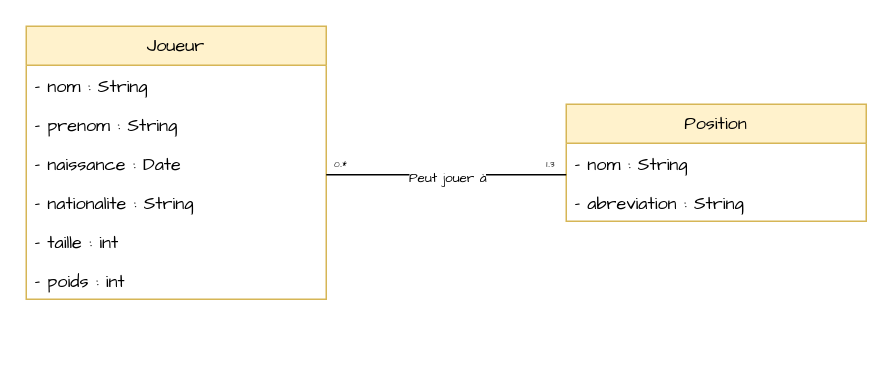
The draw.io diagram diagramme_classes.drawio in alexandrerahir/PulseCoaching, before the edit. Source tidied: cells renumbered, new cells numbered last; positions are measured from the earlier drawing's top-left corner, leaving out a move shared by most shapes. Both pictures are drawn from the tidied source at 150%, with x=0, y=0 at pixel (26, 26).
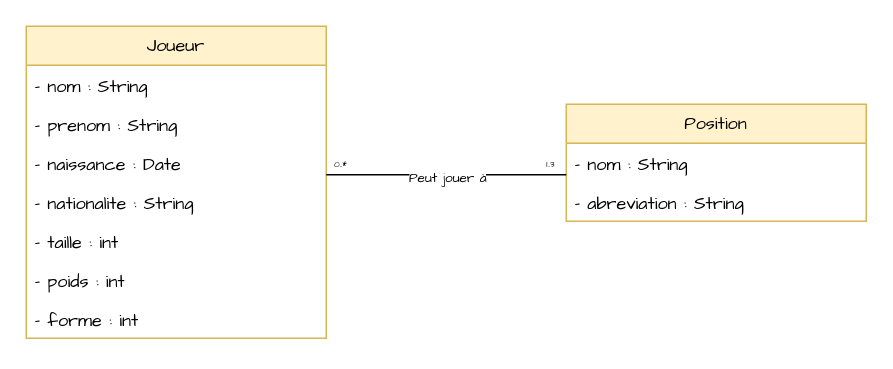
The same page after the edit.

Commit message (it also covers changes not shown here):
Implémentation de la forme du joueur

What changed in the source:
```diff
@@
 <mxGraphModel>
   <root>
     <mxCell id="0" />
     <mxCell id="1" parent="0" />
     <mxCell id="2" value="&lt;font face=&quot;Comic Sans MS&quot;&gt;Joueur&lt;/font&gt;" style="swimlane;fontStyle=0;horizontal=1;startSize=26;fillColor=#fff2cc;whiteSpace=wrap;html=1;strokeColor=#d6b656;" parent="1" vertex="1">
-      <mxGeometry width="200" height="182" as="geometry" />
+      <mxGeometry width="200" height="208" as="geometry" />
     </mxCell>
     <mxCell id="3" value="&lt;font style=&quot;&quot; face=&quot;Comic Sans MS&quot;&gt;- nom : String&lt;/font&gt;" style="text;strokeColor=none;fillColor=none;align=left;verticalAlign=top;spacingLeft=4;spacingRight=4;overflow=hidden;whiteSpace=wrap;html=1;" parent="2" vertex="1">
       <mxGeometry y="26" width="200" height="26" as="geometry" />
     </mxCell>
     <mxCell id="4" value="&lt;font face=&quot;Comic Sans MS&quot;&gt;- prenom : String&lt;/font&gt;" style="text;strokeColor=none;fillColor=none;align=left;verticalAlign=top;spacingLeft=4;spacingRight=4;overflow=hidden;whiteSpace=wrap;html=1;" parent="2" vertex="1">
       <mxGeometry y="52" width="200" height="26" as="geometry" />
     </mxCell>
     <mxCell id="5" value="&lt;font face=&quot;Comic Sans MS&quot;&gt;- naissance : Date&lt;/font&gt;" style="text;strokeColor=none;fillColor=none;align=left;verticalAlign=top;spacingLeft=4;spacingRight=4;overflow=hidden;whiteSpace=wrap;html=1;" parent="2" vertex="1">
       <mxGeometry y="78" width="200" height="26" as="geometry" />
     </mxCell>
     <mxCell id="6" value="&lt;font face=&quot;Comic Sans MS&quot;&gt;- nationalite : String&lt;/font&gt;" style="text;strokeColor=none;fillColor=none;align=left;verticalAlign=top;spacingLeft=4;spacingRight=4;overflow=hidden;whiteSpace=wrap;html=1;" parent="2" vertex="1">
       <mxGeometry y="104" width="200" height="26" as="geometry" />
     </mxCell>
     <mxCell id="7" value="&lt;font face=&quot;Comic Sans MS&quot;&gt;- taille : int&lt;/font&gt;" style="text;strokeColor=none;fillColor=none;align=left;verticalAlign=top;spacingLeft=4;spacingRight=4;overflow=hidden;whiteSpace=wrap;html=1;" parent="2" vertex="1">
       <mxGeometry y="130" width="200" height="26" as="geometry" />
     </mxCell>
     <mxCell id="8" value="&lt;font face=&quot;Comic Sans MS&quot;&gt;- poids : int&lt;/font&gt;" style="text;strokeColor=none;fillColor=none;align=left;verticalAlign=top;spacingLeft=4;spacingRight=4;overflow=hidden;whiteSpace=wrap;html=1;" parent="2" vertex="1">
       <mxGeometry y="156" width="200" height="26" as="geometry" />
     </mxCell>
+    <mxCell id="16" value="&lt;font face=&quot;Comic Sans MS&quot;&gt;- forme : int&lt;/font&gt;" style="text;strokeColor=none;fillColor=none;align=left;verticalAlign=top;spacingLeft=4;spacingRight=4;overflow=hidden;whiteSpace=wrap;html=1;" parent="2" vertex="1">
+      <mxGeometry y="182" width="200" height="26" as="geometry" />
+    </mxCell>
     <mxCell id="9" value="&lt;font face=&quot;Comic Sans MS&quot;&gt;Position&lt;/font&gt;" style="swimlane;fontStyle=0;horizontal=1;startSize=26;fillColor=#fff2cc;whiteSpace=wrap;html=1;strokeColor=#d6b656;" parent="1" vertex="1">
       <mxGeometry x="360" y="52" width="200" height="78" as="geometry" />
     </mxCell>
     <mxCell id="10" value="&lt;font style=&quot;&quot; face=&quot;Comic Sans MS&quot;&gt;- nom : String&lt;/font&gt;" style="text;strokeColor=none;fillColor=none;align=left;verticalAlign=top;spacingLeft=4;spacingRight=4;overflow=hidden;whiteSpace=wrap;html=1;" parent="9" vertex="1">
       <mxGeometry y="26" width="200" height="26" as="geometry" />
     </mxCell>
     <mxCell id="11" value="&lt;font style=&quot;&quot; face=&quot;Comic Sans MS&quot;&gt;- abreviation : String&lt;/font&gt;" style="text;strokeColor=none;fillColor=none;align=left;verticalAlign=top;spacingLeft=4;spacingRight=4;overflow=hidden;whiteSpace=wrap;html=1;" parent="9" vertex="1">
       <mxGeometry y="52" width="200" height="26" as="geometry" />
     </mxCell>
     <mxCell id="12" style="edgeStyle=orthogonalEdgeStyle;rounded=0;orthogonalLoop=1;jettySize=auto;html=1;entryX=1;entryY=0;entryDx=0;entryDy=0;endArrow=none;startFill=0;" parent="1" edge="1">
       <mxGeometry relative="1" as="geometry">
         <mxPoint x="200" y="99" as="sourcePoint" />
         <mxPoint x="360" y="99" as="targetPoint" />
         <Array as="points">
           <mxPoint x="200" y="99" />
         </Array>
       </mxGeometry>
     </mxCell>
     <mxCell id="13" value="&lt;span style=&quot;font-family: &amp;quot;Comic Sans MS&amp;quot;; font-size: 9px;&quot;&gt;Peut jouer à&lt;/span&gt;" style="edgeLabel;html=1;align=center;verticalAlign=middle;" parent="12" vertex="1">
       <mxGeometry x="-0.1" y="1" relative="1" as="geometry">
         <mxPoint x="8" y="1" as="offset" />
       </mxGeometry>
     </mxCell>
     <mxCell id="14" value="&lt;font face=&quot;Comic Sans MS&quot; style=&quot;font-size: 6px;&quot;&gt;0..*&lt;/font&gt;" style="text;html=1;align=center;verticalAlign=middle;whiteSpace=wrap;rounded=0;" parent="1" vertex="1">
       <mxGeometry x="200" y="81" width="20" height="18" as="geometry" />
     </mxCell>
     <mxCell id="15" value="&lt;font face=&quot;Comic Sans MS&quot; style=&quot;font-size: 6px;&quot;&gt;1..3&lt;/font&gt;" style="text;html=1;align=center;verticalAlign=middle;whiteSpace=wrap;rounded=0;" parent="1" vertex="1">
       <mxGeometry x="340" y="81" width="20" height="18" as="geometry" />
     </mxCell>
   </root>
 </mxGraphModel>
```
